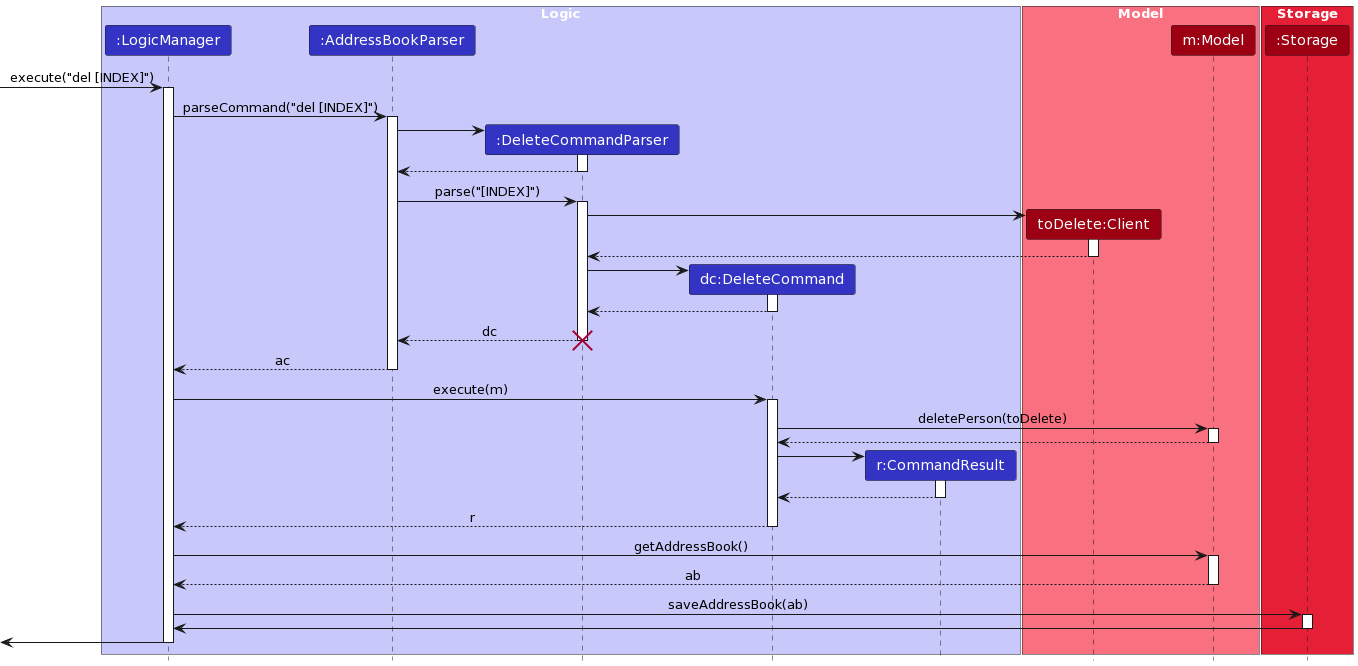
This is docs/images/DeleteSequenceDiagram.png from camille-readbean/tp, a PlantUML export, as it was before one commit.
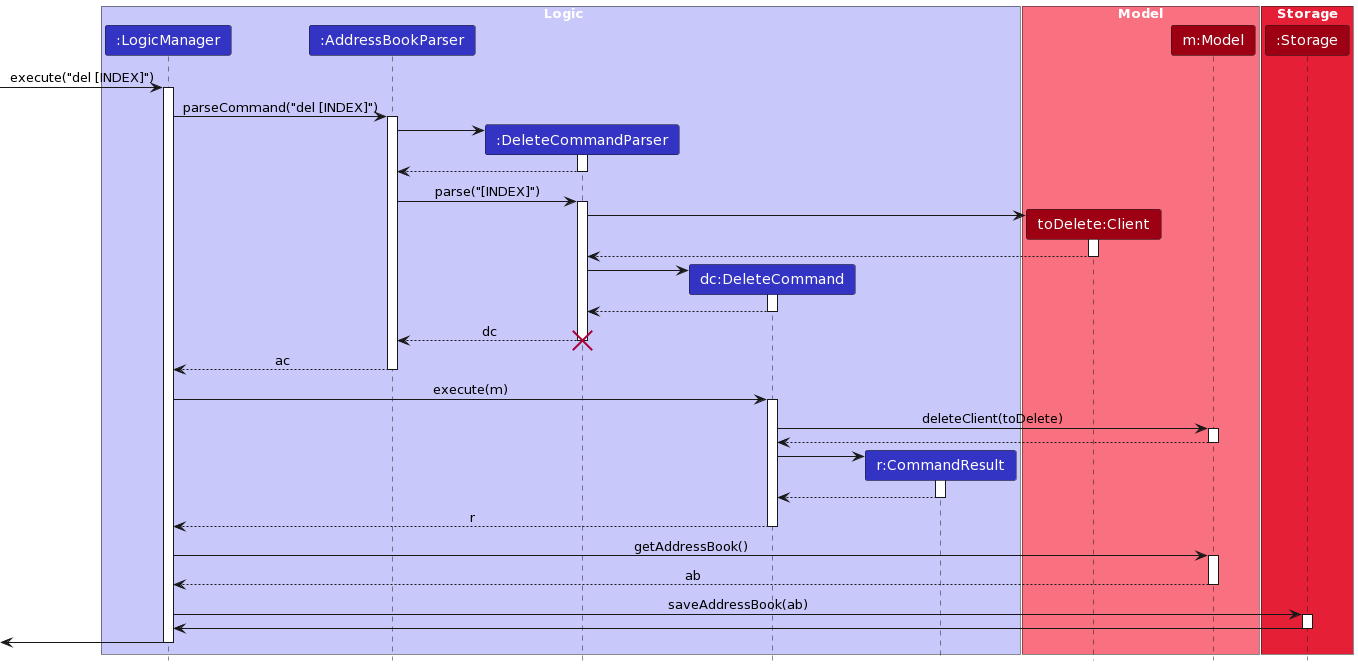
After the commit.

Diff of the diagram source:
```diff
@@ -2,7 +2,7 @@
 skinparam ArrowFontStyle plain
 hide footbox
 skinparam sequenceMessageAlign center
-box "<color #white> Logic </color>" #C8C8FA
+box "<color #white> Logic" #C8C8FA
 participant "<color #white> :LogicManager </color>" as LM #3333C4
 participant "<color #white> :AddressBookParser </color>" as ABP #3333C4
 participant "<color #white> :DeleteCommandParser </color>" as DCP #3333C4
@@ -45,7 +45,7 @@
 
 LM -> dc : execute(m)
 activate dc
-dc -> m ++ : deletePerson(toDelete)
+dc -> m ++ : deleteClient(toDelete)
 m --> dc --
 
 create r
```
